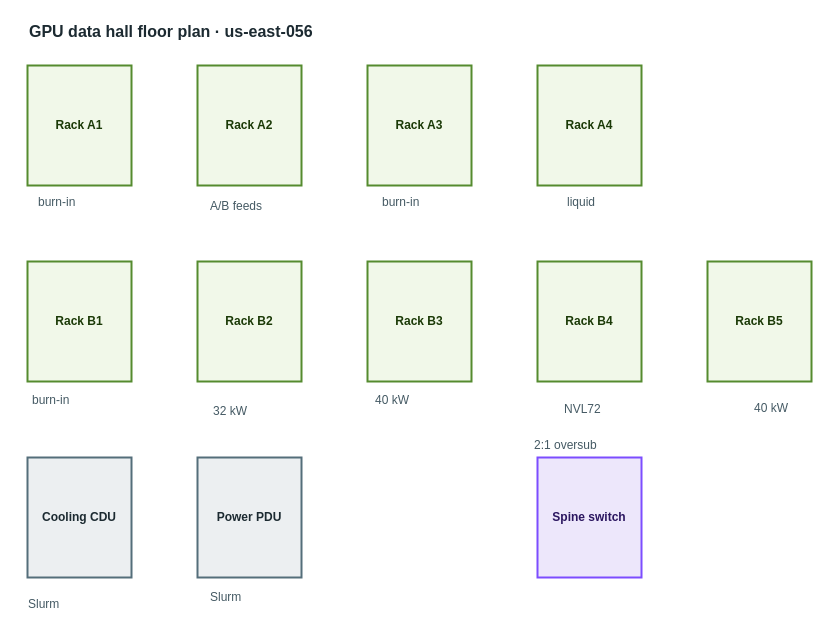
The draw.io diagram apps/web/public/samples/library/056-gpu-data-hall-floor-plan.drawio in AryanG01/open-apprentice, before the edit. Source tidied: cells renumbered, new cells numbered last; positions are measured from the earlier drawing's top-left corner, leaving out a move shared by most shapes. Both pictures are drawn from the tidied source at 100%, with x=0, y=0 at pixel (27, 17).
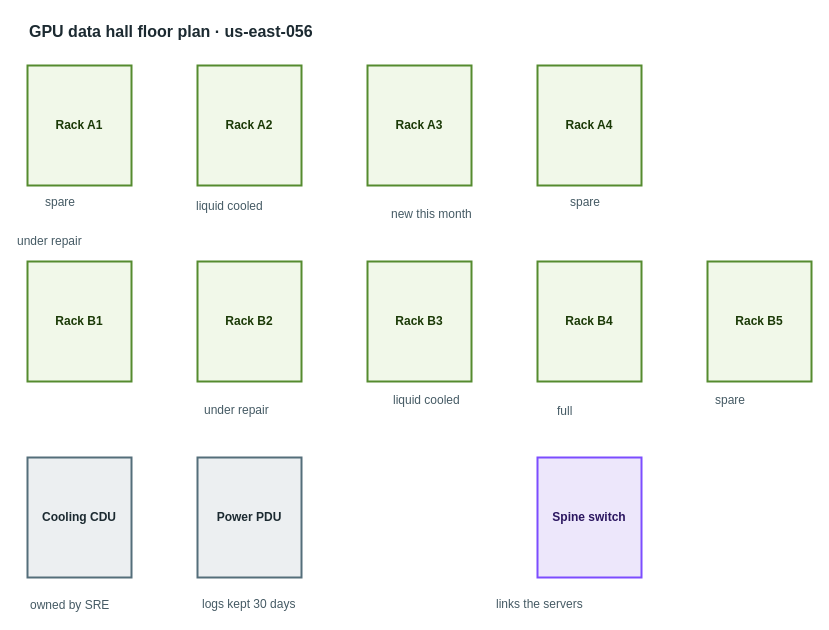
The same diagram, later.

Change to the diagram source:
```diff
@@
-    <mxCell id="15" value="burn-in" style="text;html=1;align=left;verticalAlign=top;whiteSpace=nowrap;spacing=0;spacingTop=0;strokeColor=none;fillColor=none;fontSize=12;fontColor=#455a64;" parent="1" vertex="1">
-      <mxGeometry x="11" y="173" width="61" height="20" as="geometry" />
+    <mxCell id="15" value="spare" style="text;html=1;align=left;verticalAlign=top;whiteSpace=nowrap;spacing=0;spacingTop=0;strokeColor=none;fillColor=none;fontSize=12;fontColor=#455a64;" parent="1" vertex="1">
+      <mxGeometry x="18" y="173" width="47" height="20" as="geometry" />
     </mxCell>
-    <mxCell id="16" value="A/B feeds" style="text;html=1;align=left;verticalAlign=top;whiteSpace=nowrap;spacing=0;spacingTop=0;strokeColor=none;fillColor=none;fontSize=12;fontColor=#455a64;" parent="1" vertex="1">
-      <mxGeometry x="183" y="177" width="75" height="20" as="geometry" />
+    <mxCell id="16" value="liquid cooled" style="text;html=1;align=left;verticalAlign=top;whiteSpace=nowrap;spacing=0;spacingTop=0;strokeColor=none;fillColor=none;fontSize=12;fontColor=#455a64;" parent="1" vertex="1">
+      <mxGeometry x="169" y="177" width="103" height="20" as="geometry" />
     </mxCell>
-    <mxCell id="17" value="burn-in" style="text;html=1;align=left;verticalAlign=top;whiteSpace=nowrap;spacing=0;spacingTop=0;strokeColor=none;fillColor=none;fontSize=12;fontColor=#455a64;" parent="1" vertex="1">
-      <mxGeometry x="355" y="173" width="61" height="20" as="geometry" />
+    <mxCell id="17" value="new this month" style="text;html=1;align=left;verticalAlign=top;whiteSpace=nowrap;spacing=0;spacingTop=0;strokeColor=none;fillColor=none;fontSize=12;fontColor=#455a64;" parent="1" vertex="1">
+      <mxGeometry x="364" y="185" width="110" height="20" as="geometry" />
     </mxCell>
-    <mxCell id="18" value="liquid" style="text;html=1;align=left;verticalAlign=top;whiteSpace=nowrap;spacing=0;spacingTop=0;strokeColor=none;fillColor=none;fontSize=12;fontColor=#455a64;" parent="1" vertex="1">
-      <mxGeometry x="540" y="173" width="54" height="20" as="geometry" />
+    <mxCell id="18" value="spare" style="text;html=1;align=left;verticalAlign=top;whiteSpace=nowrap;spacing=0;spacingTop=0;strokeColor=none;fillColor=none;fontSize=12;fontColor=#455a64;" parent="1" vertex="1">
+      <mxGeometry x="543" y="173" width="47" height="20" as="geometry" />
     </mxCell>
-    <mxCell id="19" value="burn-in" style="text;html=1;align=left;verticalAlign=top;whiteSpace=nowrap;spacing=0;spacingTop=0;strokeColor=none;fillColor=none;fontSize=12;fontColor=#455a64;" parent="1" vertex="1">
-      <mxGeometry x="5" y="371" width="61" height="20" as="geometry" />
+    <mxCell id="19" value="under repair" style="text;html=1;align=left;verticalAlign=top;whiteSpace=nowrap;spacing=0;spacingTop=0;strokeColor=none;fillColor=none;fontSize=12;fontColor=#455a64;" parent="1" vertex="1">
+      <mxGeometry x="-10" y="212" width="96" height="20" as="geometry" />
     </mxCell>
-    <mxCell id="20" value="32 kW" style="text;html=1;align=left;verticalAlign=top;whiteSpace=nowrap;spacing=0;spacingTop=0;strokeColor=none;fillColor=none;fontSize=12;fontColor=#455a64;" parent="1" vertex="1">
-      <mxGeometry x="186" y="382" width="47" height="20" as="geometry" />
+    <mxCell id="20" value="under repair" style="text;html=1;align=left;verticalAlign=top;whiteSpace=nowrap;spacing=0;spacingTop=0;strokeColor=none;fillColor=none;fontSize=12;fontColor=#455a64;" parent="1" vertex="1">
+      <mxGeometry x="177" y="381" width="96" height="20" as="geometry" />
     </mxCell>
-    <mxCell id="21" value="40 kW" style="text;html=1;align=left;verticalAlign=top;whiteSpace=nowrap;spacing=0;spacingTop=0;strokeColor=none;fillColor=none;fontSize=12;fontColor=#455a64;" parent="1" vertex="1">
-      <mxGeometry x="348" y="371" width="47" height="20" as="geometry" />
+    <mxCell id="21" value="liquid cooled" style="text;html=1;align=left;verticalAlign=top;whiteSpace=nowrap;spacing=0;spacingTop=0;strokeColor=none;fillColor=none;fontSize=12;fontColor=#455a64;" parent="1" vertex="1">
+      <mxGeometry x="366" y="371" width="103" height="20" as="geometry" />
     </mxCell>
-    <mxCell id="22" value="NVL72" style="text;html=1;align=left;verticalAlign=top;whiteSpace=nowrap;spacing=0;spacingTop=0;strokeColor=none;fillColor=none;fontSize=12;fontColor=#455a64;" parent="1" vertex="1">
-      <mxGeometry x="537" y="380" width="47" height="20" as="geometry" />
+    <mxCell id="22" value="full" style="text;html=1;align=left;verticalAlign=top;whiteSpace=nowrap;spacing=0;spacingTop=0;strokeColor=none;fillColor=none;fontSize=12;fontColor=#455a64;" parent="1" vertex="1">
+      <mxGeometry x="530" y="382" width="40" height="20" as="geometry" />
     </mxCell>
-    <mxCell id="23" value="40 kW" style="text;html=1;align=left;verticalAlign=top;whiteSpace=nowrap;spacing=0;spacingTop=0;strokeColor=none;fillColor=none;fontSize=12;fontColor=#455a64;" parent="1" vertex="1">
-      <mxGeometry x="727" y="379" width="47" height="20" as="geometry" />
+    <mxCell id="23" value="spare" style="text;html=1;align=left;verticalAlign=top;whiteSpace=nowrap;spacing=0;spacingTop=0;strokeColor=none;fillColor=none;fontSize=12;fontColor=#455a64;" parent="1" vertex="1">
+      <mxGeometry x="688" y="371" width="47" height="20" as="geometry" />
     </mxCell>
-    <mxCell id="24" value="Slurm" style="text;html=1;align=left;verticalAlign=top;whiteSpace=nowrap;spacing=0;spacingTop=0;strokeColor=none;fillColor=none;fontSize=12;fontColor=#455a64;" parent="1" vertex="1">
-      <mxGeometry x="1" y="575" width="47" height="20" as="geometry" />
+    <mxCell id="24" value="owned by SRE" style="text;html=1;align=left;verticalAlign=top;whiteSpace=nowrap;spacing=0;spacingTop=0;strokeColor=none;fillColor=none;fontSize=12;fontColor=#455a64;" parent="1" vertex="1">
+      <mxGeometry x="3" y="576" width="96" height="20" as="geometry" />
     </mxCell>
-    <mxCell id="25" value="Slurm" style="text;html=1;align=left;verticalAlign=top;whiteSpace=nowrap;spacing=0;spacingTop=0;strokeColor=none;fillColor=none;fontSize=12;fontColor=#455a64;" parent="1" vertex="1">
-      <mxGeometry x="183" y="568" width="47" height="20" as="geometry" />
+    <mxCell id="25" value="logs kept 30 days" style="text;html=1;align=left;verticalAlign=top;whiteSpace=nowrap;spacing=0;spacingTop=0;strokeColor=none;fillColor=none;fontSize=12;fontColor=#455a64;" parent="1" vertex="1">
+      <mxGeometry x="175" y="575" width="131" height="20" as="geometry" />
     </mxCell>
-    <mxCell id="26" value="2:1 oversub" style="text;html=1;align=left;verticalAlign=top;whiteSpace=nowrap;spacing=0;spacingTop=0;strokeColor=none;fillColor=none;fontSize=12;fontColor=#455a64;" parent="1" vertex="1">
-      <mxGeometry x="507" y="416" width="89" height="20" as="geometry" />
+    <mxCell id="26" value="links the servers" style="text;html=1;align=left;verticalAlign=top;whiteSpace=nowrap;spacing=0;spacingTop=0;strokeColor=none;fillColor=none;fontSize=12;fontColor=#455a64;" parent="1" vertex="1">
+      <mxGeometry x="469" y="575" width="131" height="20" as="geometry" />
     </mxCell>
```
